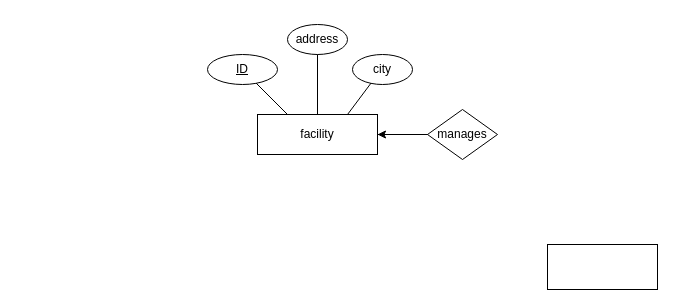
Ahmed-S7/Assignment_1 keeps this draw.io diagram as Untitled Diagram.drawio. Above is the earlier version. Source tidied: cells renumbered, new cells numbered last; positions are measured from the earlier drawing's top-left corner, leaving out a move shared by most shapes. Both pictures are drawn from the tidied source at 100%, with x=0, y=0 at pixel (207, 24).
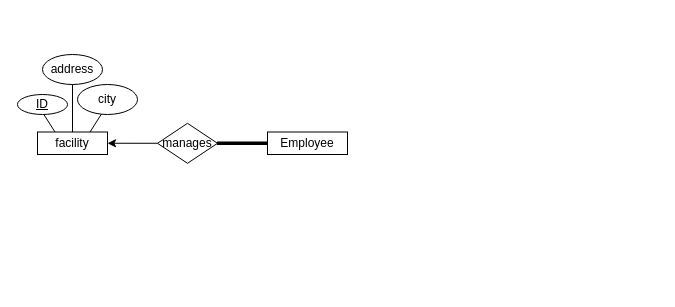
Above is the later version.

What changed in the source:
```diff
@@
     <mxCell id="2" style="rounded=0;jettySize=auto;html=1;exitX=0.25;exitY=0;exitDx=0;exitDy=0;elbow=vertical;" parent="1" edge="1" source="7">
       <mxGeometry relative="1" as="geometry">
-        <mxPoint x="40" y="50" as="targetPoint" />
+        <mxPoint x="-170" y="80" as="targetPoint" />
       </mxGeometry>
     </mxCell>
@@
     <mxCell id="4" style="edgeStyle=none;rounded=0;jettySize=auto;html=1;exitX=0.5;exitY=0;exitDx=0;exitDy=0;" parent="1" edge="1" source="7">
       <mxGeometry relative="1" as="geometry">
-        <mxPoint x="110" y="20" as="targetPoint" />
+        <mxPoint x="-135" y="50" as="targetPoint" />
       </mxGeometry>
     </mxCell>
     <mxCell id="5" style="edgeStyle=none;rounded=0;jettySize=auto;html=1;exitX=0.75;exitY=0;exitDx=0;exitDy=0;" parent="1" edge="1" source="7">
       <mxGeometry relative="1" as="geometry">
-        <mxPoint x="170" y="50" as="targetPoint" />
+        <mxPoint x="-100" y="80" as="targetPoint" />
       </mxGeometry>
     </mxCell>
-    <mxCell id="6" style="edgeStyle=none;rounded=0;jettySize=auto;html=1;exitX=1;exitY=0.5;exitDx=0;exitDy=0;" parent="1" edge="1" source="7">
-      <mxGeometry relative="1" as="geometry">
-        <mxPoint x="240" y="110" as="targetPoint" />
-      </mxGeometry>
-    </mxCell>
     <mxCell id="7" value="facility" style="whiteSpace=wrap;html=1;" parent="1" vertex="1">
-      <mxGeometry x="50" y="90" width="120" height="40" as="geometry" />
+      <mxGeometry x="-170" y="107.5" width="70" height="22.5" as="geometry" />
     </mxCell>
@@
     <mxCell id="9" value="&lt;u&gt;ID&lt;/u&gt;" style="ellipse;whiteSpace=wrap;html=1;" parent="1" vertex="1">
-      <mxGeometry y="30" width="70" height="30" as="geometry" />
+      <mxGeometry x="-190" y="70" width="50" height="20" as="geometry" />
     </mxCell>
@@
     <mxCell id="11" value="city" style="ellipse;whiteSpace=wrap;html=1;" parent="1" vertex="1">
-      <mxGeometry x="145" y="30" width="60" height="30" as="geometry" />
+      <mxGeometry x="-130" y="60" width="60" height="30" as="geometry" />
     </mxCell>
     <mxCell id="12" value="address" style="ellipse;whiteSpace=wrap;html=1;" parent="1" vertex="1">
-      <mxGeometry x="80" width="60" height="30" as="geometry" />
+      <mxGeometry x="-165" y="30" width="60" height="30" as="geometry" />
     </mxCell>
@@
+    <mxCell id="15" style="whiteSpace=fill;html=1;fillColor=#000000;strokeColor=#000000;" parent="1" vertex="1">
+      <mxGeometry x="10" y="117.5" width="50" height="2.5" as="geometry" />
+    </mxCell>
+    <mxCell id="16" style="edgeStyle=none;rounded=0;orthogonalLoop=1;jettySize=auto;html=1;exitX=0.5;exitY=0;exitDx=0;exitDy=0;" parent="1" edge="1" source="15" target="15">
+      <mxGeometry relative="1" as="geometry" />
+    </mxCell>
+    <mxCell id="17" value="Employee" style="whiteSpace=wrap;html=1;" parent="1" vertex="1">
+      <mxGeometry x="60" y="107.5" width="80" height="22.5" as="geometry" />
+    </mxCell>
+    <mxCell id="18" style="edgeStyle=none;rounded=0;jettySize=auto;html=1;exitX=1;exitY=0.5;exitDx=0;exitDy=0;" parent="1" edge="1" source="14">
+      <mxGeometry relative="1" as="geometry">
+        <mxPoint x="-20" y="119" as="targetPoint" />
+      </mxGeometry>
+    </mxCell>
     <mxCell id="14" value="manages" style="rhombus;whiteSpace=wrap;html=1;" parent="1" vertex="1">
-      <mxGeometry x="220" y="85" width="70" height="50" as="geometry" />
+      <mxGeometry x="-50" y="98.8" width="60" height="40" as="geometry" />
     </mxCell>
-    <mxCell id="15" style="whiteSpace=wrap;html=1;" parent="1" vertex="1">
-      <mxGeometry x="340" y="220" width="110" height="45" as="geometry" />
-    </mxCell>
```
